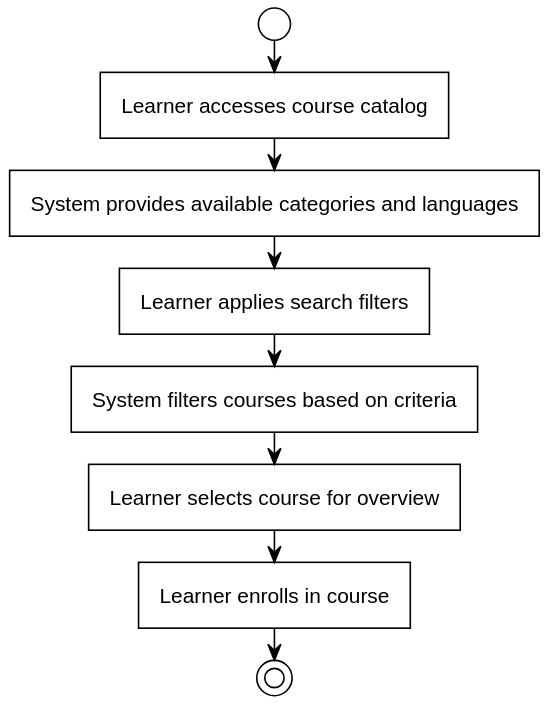
Above: out/Analysis/ActivityDIagrams/CourseDiscovery/CourseDiscovery.svg in SEPCheesecakeFactory/SEP3 (PlantUML), before the change. Source of this version:
```plantuml
@startuml
!include https://raw.githubusercontent.com/fredoslav2004/MinimalThemePUML/refs/heads/main/minimal-theme.puml
start
:Learner accesses course catalog;
:System provides available categories and languages;
:Learner applies search filters;
:System filters courses based on criteria;
:Learner selects course for overview;
:Learner enrolls in course;
stop
@enduml
```
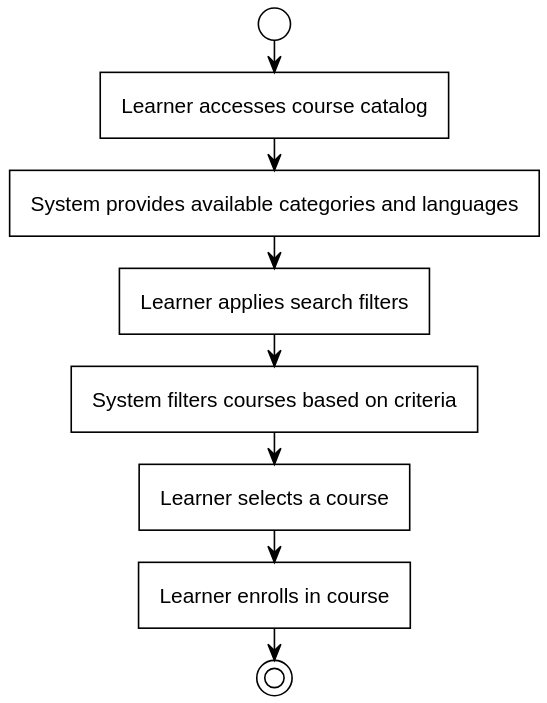
After the change.

Diff of the diagram source:
```diff
@@ -5,7 +5,7 @@
 :System provides available categories and languages;
 :Learner applies search filters;
 :System filters courses based on criteria;
-:Learner selects course for overview;
+:Learner selects a course;
 :Learner enrolls in course;
 stop
 @enduml
```
